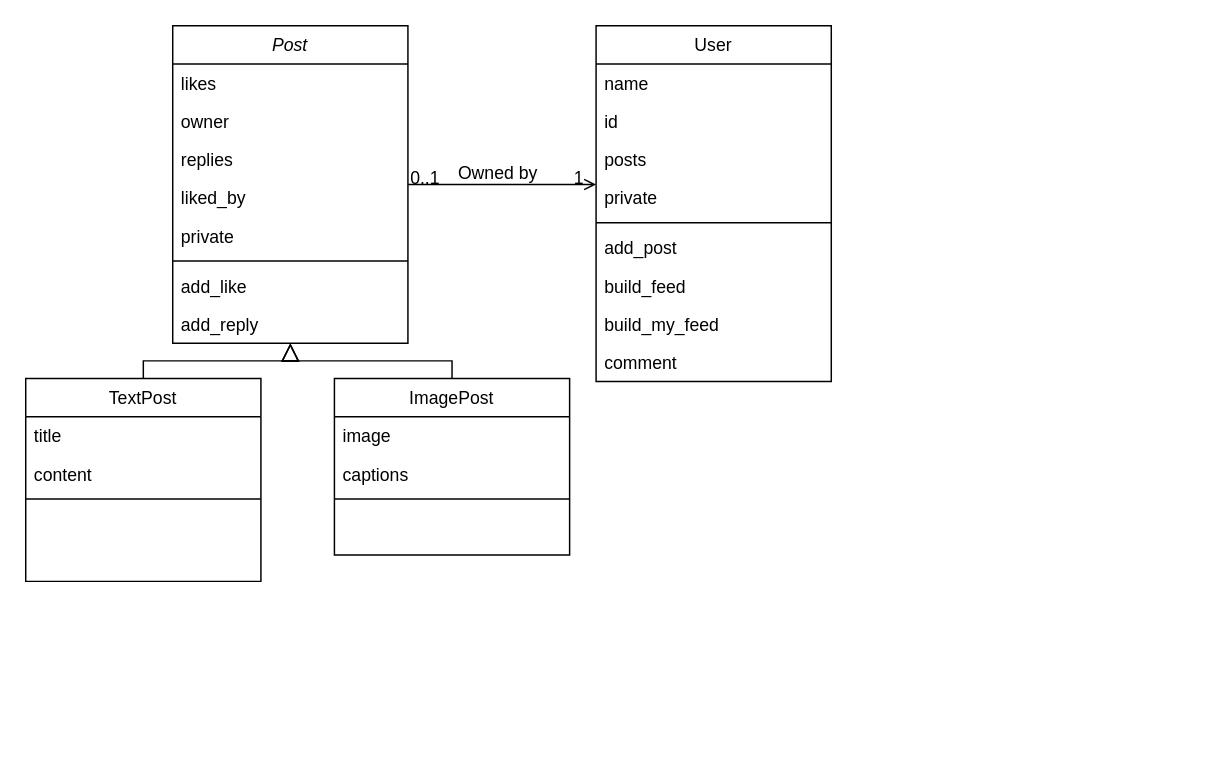
Before: diagrama.drawio in gabisartori/INE5402-trabalho-final, a draw.io diagram. Source tidied: cells renumbered, new cells numbered last; positions are measured from the earlier drawing's top-left corner, leaving out a move shared by most shapes. Both pictures are drawn from the tidied source at 147%, with x=0, y=0 at pixel (25, 25).
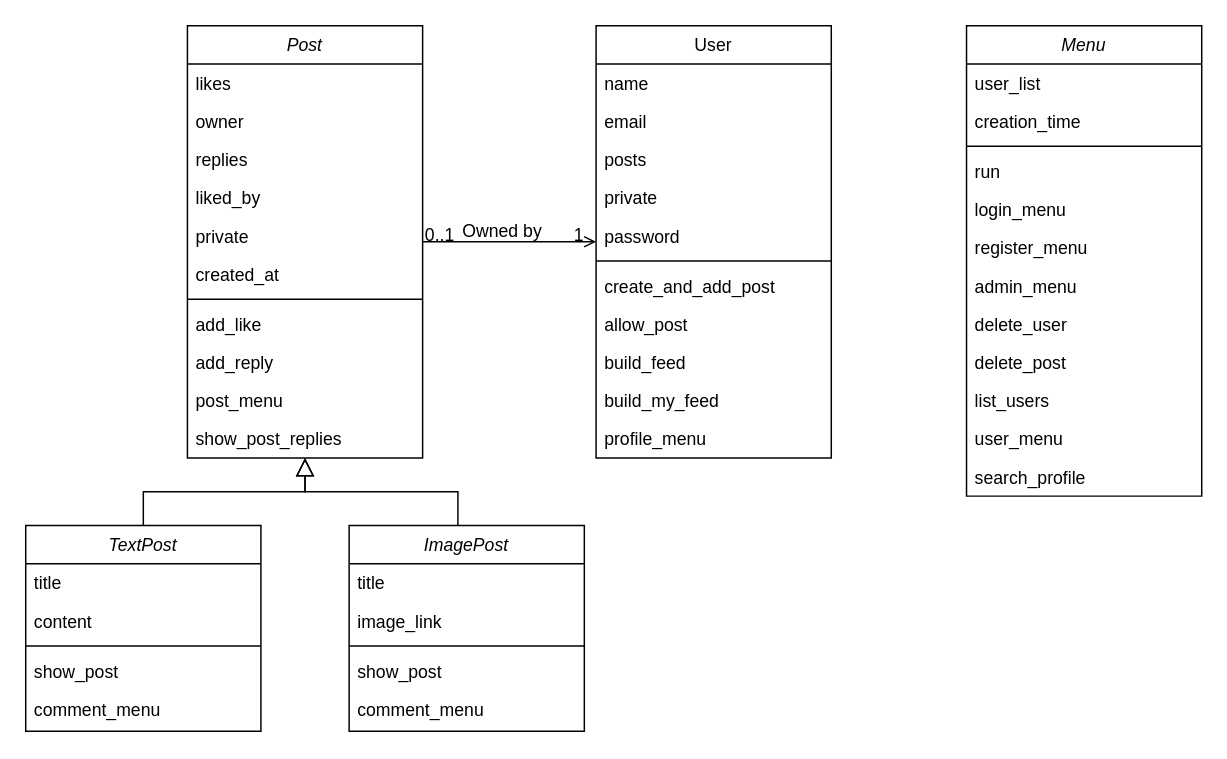
Above is the later version.

Diff of the diagram source:
```diff
@@
     <mxCell id="2" value="Post" style="swimlane;fontStyle=2;align=center;verticalAlign=top;horizontal=1;startSize=26;rounded=0;shadow=0;strokeWidth=1;" parent="1" vertex="1">
-      <mxGeometry x="100" width="160" height="216" as="geometry" />
+      <mxGeometry x="110" width="160" height="294" as="geometry" />
     </mxCell>
@@
+    <mxCell id="35" value="created_at" style="text;align=left;verticalAlign=top;spacingLeft=4;spacingRight=4;overflow=hidden;rounded=0;shadow=0;html=0;" parent="2" vertex="1">
+      <mxGeometry y="156" width="160" height="26" as="geometry" />
+    </mxCell>
     <mxCell id="8" style="line;html=1;strokeWidth=1;align=left;verticalAlign=middle;spacingTop=-1;spacingLeft=3;spacingRight=3;labelPosition=right;" parent="2" vertex="1">
-      <mxGeometry y="156" width="160" height="8" as="geometry" />
+      <mxGeometry y="182" width="160" height="8" as="geometry" />
     </mxCell>
     <mxCell id="9" value="add_like" style="text;align=left;verticalAlign=top;spacingLeft=4;spacingRight=4;overflow=hidden;" parent="2" vertex="1">
-      <mxGeometry y="164" width="160" height="26" as="geometry" />
+      <mxGeometry y="190" width="160" height="26" as="geometry" />
     </mxCell>
     <mxCell id="10" value="add_reply" style="text;align=left;verticalAlign=top;spacingLeft=4;spacingRight=4;overflow=hidden;" parent="2" vertex="1">
-      <mxGeometry y="190" width="160" height="26" as="geometry" />
+      <mxGeometry y="216" width="160" height="26" as="geometry" />
     </mxCell>
-    <mxCell id="11" value="TextPost" style="swimlane;fontStyle=0;align=center;verticalAlign=top;horizontal=1;startSize=26;rounded=0;shadow=0;strokeWidth=1;" parent="1" vertex="1">
-      <mxGeometry y="240" width="160" height="138" as="geometry" />
-    </mxCell>
-    <mxCell id="12" value="title" style="text;align=left;verticalAlign=top;spacingLeft=4;spacingRight=4;overflow=hidden;" parent="11" vertex="1">
-      <mxGeometry y="26" width="160" height="26" as="geometry" />
-    </mxCell>
-    <mxCell id="13" value="content" style="text;align=left;verticalAlign=top;spacingLeft=4;spacingRight=4;overflow=hidden;rounded=0;shadow=0;html=0;" parent="11" vertex="1">
-      <mxGeometry y="52" width="160" height="26" as="geometry" />
-    </mxCell>
-    <mxCell id="14" style="line;html=1;strokeWidth=1;align=left;verticalAlign=middle;spacingTop=-1;spacingLeft=3;spacingRight=3;labelPosition=right;" parent="11" vertex="1">
-      <mxGeometry y="78" width="160" height="8" as="geometry" />
-    </mxCell>
+    <mxCell id="36" value="post_menu" style="text;align=left;verticalAlign=top;spacingLeft=4;spacingRight=4;overflow=hidden;" parent="2" vertex="1">
+      <mxGeometry y="242" width="160" height="26" as="geometry" />
+    </mxCell>
+    <mxCell id="37" value="show_post_replies" style="text;align=left;verticalAlign=top;spacingLeft=4;spacingRight=4;overflow=hidden;" parent="2" vertex="1">
+      <mxGeometry y="268" width="160" height="26" as="geometry" />
+    </mxCell>
-    <mxCell id="15" style="endArrow=block;endSize=10;endFill=0;shadow=0;strokeWidth=1;rounded=0;edgeStyle=elbowEdgeStyle;elbow=vertical;" parent="1" edge="1" source="11" target="2">
-      <mxGeometry relative="1" as="geometry" />
+    <mxCell id="15" style="endArrow=block;endSize=10;endFill=0;shadow=0;strokeWidth=1;rounded=0;edgeStyle=elbowEdgeStyle;elbow=vertical;" parent="1" edge="1" target="2">
+      <mxGeometry relative="1" as="geometry">
+        <mxPoint x="80" y="340" as="sourcePoint" />
+      </mxGeometry>
     </mxCell>
-    <mxCell id="16" value="ImagePost" style="swimlane;fontStyle=0;align=center;verticalAlign=top;horizontal=1;startSize=26;rounded=0;shadow=0;strokeWidth=1;" parent="1" vertex="1">
-      <mxGeometry x="210" y="240" width="160" height="120" as="geometry" />
-    </mxCell>
-    <mxCell id="17" value="image" style="text;align=left;verticalAlign=top;spacingLeft=4;spacingRight=4;overflow=hidden;" parent="16" vertex="1">
-      <mxGeometry y="26" width="160" height="26" as="geometry" />
-    </mxCell>
-    <mxCell id="18" value="captions" style="text;align=left;verticalAlign=top;spacingLeft=4;spacingRight=4;overflow=hidden;" parent="16" vertex="1">
-      <mxGeometry y="52" width="160" height="26" as="geometry" />
-    </mxCell>
-    <mxCell id="19" style="line;html=1;strokeWidth=1;align=left;verticalAlign=middle;spacingTop=-1;spacingLeft=3;spacingRight=3;labelPosition=right;" parent="16" vertex="1">
-      <mxGeometry y="78" width="160" height="8" as="geometry" />
-    </mxCell>
-    <mxCell id="20" style="endArrow=block;endSize=10;endFill=0;shadow=0;strokeWidth=1;rounded=0;edgeStyle=elbowEdgeStyle;elbow=vertical;" parent="1" edge="1" source="16" target="2">
-      <mxGeometry relative="1" as="geometry" />
+    <mxCell id="20" style="endArrow=block;endSize=10;endFill=0;shadow=0;strokeWidth=1;rounded=0;edgeStyle=elbowEdgeStyle;elbow=vertical;" parent="1" edge="1" target="2">
+      <mxGeometry relative="1" as="geometry">
+        <mxPoint x="294" y="340" as="sourcePoint" />
+      </mxGeometry>
     </mxCell>
     <mxCell id="21" value="User" style="swimlane;fontStyle=0;align=center;verticalAlign=top;horizontal=1;startSize=26;rounded=0;shadow=0;strokeWidth=1;" parent="1" vertex="1">
-      <mxGeometry x="388" width="160" height="242" as="geometry" />
+      <mxGeometry x="388" width="160" height="294" as="geometry" />
     </mxCell>
@@
-    <mxCell id="23" value="id" style="text;align=left;verticalAlign=top;spacingLeft=4;spacingRight=4;overflow=hidden;rounded=0;shadow=0;html=0;" parent="21" vertex="1">
+    <mxCell id="23" value="email" style="text;align=left;verticalAlign=top;spacingLeft=4;spacingRight=4;overflow=hidden;rounded=0;shadow=0;html=0;" parent="21" vertex="1">
       <mxGeometry y="52" width="160" height="26" as="geometry" />
     </mxCell>
@@
+    <mxCell id="38" value="password" style="text;align=left;verticalAlign=top;spacingLeft=4;spacingRight=4;overflow=hidden;rounded=0;shadow=0;html=0;" parent="21" vertex="1">
+      <mxGeometry y="130" width="160" height="26" as="geometry" />
+    </mxCell>
     <mxCell id="26" style="line;html=1;strokeWidth=1;align=left;verticalAlign=middle;spacingTop=-1;spacingLeft=3;spacingRight=3;labelPosition=right;" parent="21" vertex="1">
-      <mxGeometry y="130" width="160" height="8" as="geometry" />
+      <mxGeometry y="156" width="160" height="8" as="geometry" />
     </mxCell>
-    <mxCell id="27" value="add_post" style="text;align=left;verticalAlign=top;spacingLeft=4;spacingRight=4;overflow=hidden;" parent="21" vertex="1">
-      <mxGeometry y="138" width="160" height="26" as="geometry" />
+    <mxCell id="27" value="create_and_add_post" style="text;align=left;verticalAlign=top;spacingLeft=4;spacingRight=4;overflow=hidden;" parent="21" vertex="1">
+      <mxGeometry y="164" width="160" height="26" as="geometry" />
     </mxCell>
+    <mxCell id="39" value="allow_post" style="text;align=left;verticalAlign=top;spacingLeft=4;spacingRight=4;overflow=hidden;" parent="21" vertex="1">
+      <mxGeometry y="190" width="160" height="26" as="geometry" />
+    </mxCell>
     <mxCell id="28" value="build_feed" style="text;align=left;verticalAlign=top;spacingLeft=4;spacingRight=4;overflow=hidden;" parent="21" vertex="1">
-      <mxGeometry y="164" width="160" height="26" as="geometry" />
+      <mxGeometry y="216" width="160" height="26" as="geometry" />
     </mxCell>
     <mxCell id="29" value="build_my_feed" style="text;align=left;verticalAlign=top;spacingLeft=4;spacingRight=4;overflow=hidden;" parent="21" vertex="1">
-      <mxGeometry y="190" width="160" height="26" as="geometry" />
+      <mxGeometry y="242" width="160" height="26" as="geometry" />
     </mxCell>
-    <mxCell id="30" value="comment" style="text;align=left;verticalAlign=top;spacingLeft=4;spacingRight=4;overflow=hidden;" parent="21" vertex="1">
-      <mxGeometry y="216" width="160" height="26" as="geometry" />
-    </mxCell>
+    <mxCell id="40" value="profile_menu" style="text;align=left;verticalAlign=top;spacingLeft=4;spacingRight=4;overflow=hidden;" parent="21" vertex="1">
+      <mxGeometry y="268" width="160" height="26" as="geometry" />
+    </mxCell>
@@
+    <mxCell id="11" value="TextPost" style="swimlane;fontStyle=2;align=center;verticalAlign=top;horizontal=1;startSize=26;rounded=0;shadow=0;strokeWidth=1;" parent="1" vertex="1">
+      <mxGeometry y="340" width="160" height="140" as="geometry" />
+    </mxCell>
+    <mxCell id="41" value="title" style="text;align=left;verticalAlign=top;spacingLeft=4;spacingRight=4;overflow=hidden;" parent="11" vertex="1">
+      <mxGeometry y="26" width="160" height="26" as="geometry" />
+    </mxCell>
+    <mxCell id="13" value="content" style="text;align=left;verticalAlign=top;spacingLeft=4;spacingRight=4;overflow=hidden;rounded=0;shadow=0;html=0;" parent="11" vertex="1">
+      <mxGeometry y="52" width="160" height="26" as="geometry" />
+    </mxCell>
+    <mxCell id="42" style="line;html=1;strokeWidth=1;align=left;verticalAlign=middle;spacingTop=-1;spacingLeft=3;spacingRight=3;labelPosition=right;" parent="11" vertex="1">
+      <mxGeometry y="78" width="160" height="8" as="geometry" />
+    </mxCell>
+    <mxCell id="43" value="show_post" style="text;align=left;verticalAlign=top;spacingLeft=4;spacingRight=4;overflow=hidden;" parent="11" vertex="1">
+      <mxGeometry y="86" width="160" height="26" as="geometry" />
+    </mxCell>
+    <mxCell id="44" value="comment_menu" style="text;align=left;verticalAlign=top;spacingLeft=4;spacingRight=4;overflow=hidden;" parent="11" vertex="1">
+      <mxGeometry y="112" width="160" height="26" as="geometry" />
+    </mxCell>
+    <mxCell id="16" value="ImagePost" style="swimlane;fontStyle=2;align=center;verticalAlign=top;horizontal=1;startSize=26;rounded=0;shadow=0;strokeWidth=1;" parent="1" vertex="1">
+      <mxGeometry x="220" y="340" width="160" height="140" as="geometry" />
+    </mxCell>
+    <mxCell id="45" value="title" style="text;align=left;verticalAlign=top;spacingLeft=4;spacingRight=4;overflow=hidden;" parent="16" vertex="1">
+      <mxGeometry y="26" width="160" height="26" as="geometry" />
+    </mxCell>
+    <mxCell id="46" value="image_link" style="text;align=left;verticalAlign=top;spacingLeft=4;spacingRight=4;overflow=hidden;rounded=0;shadow=0;html=0;" parent="16" vertex="1">
+      <mxGeometry y="52" width="160" height="26" as="geometry" />
+    </mxCell>
+    <mxCell id="47" style="line;html=1;strokeWidth=1;align=left;verticalAlign=middle;spacingTop=-1;spacingLeft=3;spacingRight=3;labelPosition=right;" parent="16" vertex="1">
+      <mxGeometry y="78" width="160" height="8" as="geometry" />
+    </mxCell>
+    <mxCell id="48" value="show_post" style="text;align=left;verticalAlign=top;spacingLeft=4;spacingRight=4;overflow=hidden;" parent="16" vertex="1">
+      <mxGeometry y="86" width="160" height="26" as="geometry" />
+    </mxCell>
+    <mxCell id="49" value="comment_menu" style="text;align=left;verticalAlign=top;spacingLeft=4;spacingRight=4;overflow=hidden;" parent="16" vertex="1">
+      <mxGeometry y="112" width="160" height="26" as="geometry" />
+    </mxCell>
+    <mxCell id="50" value="Menu" style="swimlane;fontStyle=2;align=center;verticalAlign=top;horizontal=1;startSize=26;rounded=0;shadow=0;strokeWidth=1;" parent="1" vertex="1">
+      <mxGeometry x="640" width="160" height="320" as="geometry" />
+    </mxCell>
+    <mxCell id="51" value="user_list" style="text;align=left;verticalAlign=top;spacingLeft=4;spacingRight=4;overflow=hidden;" parent="50" vertex="1">
+      <mxGeometry y="26" width="160" height="26" as="geometry" />
+    </mxCell>
+    <mxCell id="52" value="creation_time" style="text;align=left;verticalAlign=top;spacingLeft=4;spacingRight=4;overflow=hidden;rounded=0;shadow=0;html=0;" parent="50" vertex="1">
+      <mxGeometry y="52" width="160" height="26" as="geometry" />
+    </mxCell>
+    <mxCell id="53" style="line;html=1;strokeWidth=1;align=left;verticalAlign=middle;spacingTop=-1;spacingLeft=3;spacingRight=3;labelPosition=right;" parent="50" vertex="1">
+      <mxGeometry y="78" width="160" height="8" as="geometry" />
+    </mxCell>
+    <mxCell id="54" value="run" style="text;align=left;verticalAlign=top;spacingLeft=4;spacingRight=4;overflow=hidden;" parent="50" vertex="1">
+      <mxGeometry y="86" width="160" height="26" as="geometry" />
+    </mxCell>
+    <mxCell id="55" value="login_menu" style="text;align=left;verticalAlign=top;spacingLeft=4;spacingRight=4;overflow=hidden;" parent="50" vertex="1">
+      <mxGeometry y="112" width="160" height="26" as="geometry" />
+    </mxCell>
+    <mxCell id="56" value="register_menu" style="text;align=left;verticalAlign=top;spacingLeft=4;spacingRight=4;overflow=hidden;" parent="50" vertex="1">
+      <mxGeometry y="138" width="160" height="26" as="geometry" />
+    </mxCell>
+    <mxCell id="57" value="admin_menu" style="text;align=left;verticalAlign=top;spacingLeft=4;spacingRight=4;overflow=hidden;" parent="50" vertex="1">
+      <mxGeometry y="164" width="160" height="26" as="geometry" />
+    </mxCell>
+    <mxCell id="58" value="delete_user" style="text;align=left;verticalAlign=top;spacingLeft=4;spacingRight=4;overflow=hidden;" parent="50" vertex="1">
+      <mxGeometry y="190" width="160" height="26" as="geometry" />
+    </mxCell>
+    <mxCell id="59" value="delete_post" style="text;align=left;verticalAlign=top;spacingLeft=4;spacingRight=4;overflow=hidden;" parent="50" vertex="1">
+      <mxGeometry y="216" width="160" height="26" as="geometry" />
+    </mxCell>
+    <mxCell id="60" value="list_users" style="text;align=left;verticalAlign=top;spacingLeft=4;spacingRight=4;overflow=hidden;" parent="50" vertex="1">
+      <mxGeometry y="242" width="160" height="26" as="geometry" />
+    </mxCell>
+    <mxCell id="61" value="user_menu" style="text;align=left;verticalAlign=top;spacingLeft=4;spacingRight=4;overflow=hidden;" parent="50" vertex="1">
+      <mxGeometry y="268" width="160" height="26" as="geometry" />
+    </mxCell>
+    <mxCell id="62" value="search_profile" style="text;align=left;verticalAlign=top;spacingLeft=4;spacingRight=4;overflow=hidden;" parent="50" vertex="1">
+      <mxGeometry y="294" width="160" height="26" as="geometry" />
+    </mxCell>
```
